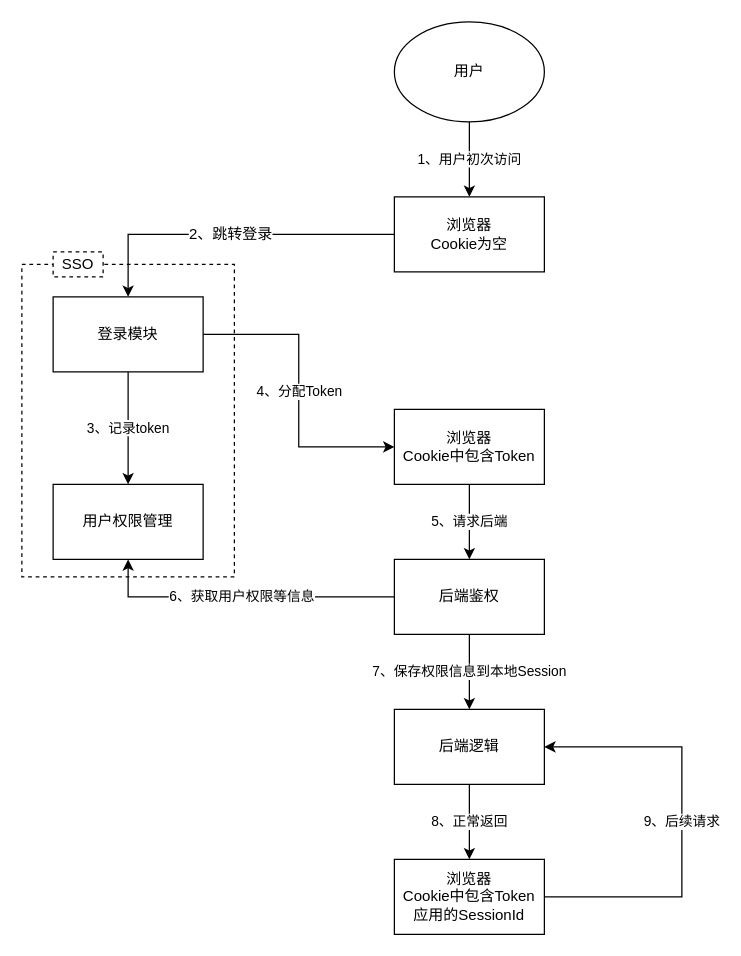
The draw.io diagram page "用户" (1 of 2) of Untitled Diagram.drawio in qsm365/my-diagrams, before the edit. Source tidied: cells renumbered, new cells numbered last; positions are measured from the earlier drawing's top-left corner, leaving out a move shared by most shapes. Both pictures are drawn from the tidied source at 125%, with x=0, y=0 at pixel (21, 21).
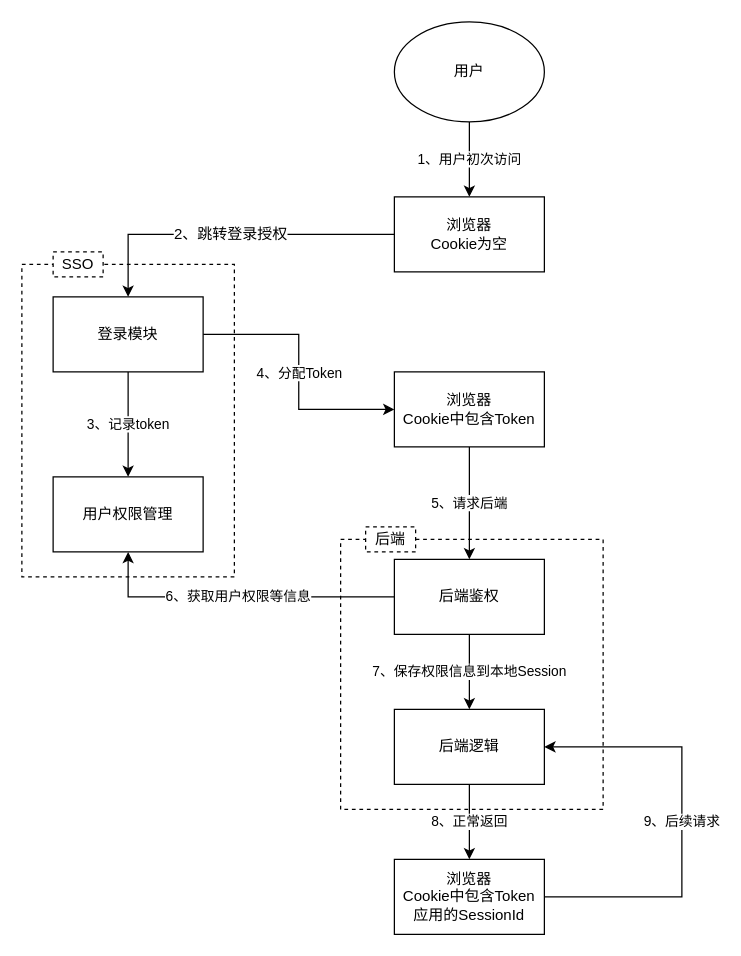
The same page after the edit.

Unchanged cells that the change refers to:
```xml
<mxCell id="9" style="edgeStyle=orthogonalEdgeStyle;rounded=0;jettySize=auto;html=1;" parent="1" edge="1" source="11" target="5">
  <mxGeometry relative="1" as="geometry" />
</mxCell>
```

What changed in the source:
```diff
@@
+    <mxCell id="22" style="rounded=0;whiteSpace=wrap;html=1;gradientColor=none;fillColor=none;dashed=1;" parent="1" vertex="1">
+      <mxGeometry x="255" y="414" width="210" height="216" as="geometry" />
+    </mxCell>
@@
     <mxCell id="6" value="用户权限管理" style="rounded=0;whiteSpace=wrap;html=1;" parent="1" vertex="1">
-      <mxGeometry x="25" y="370" width="120" height="60" as="geometry" />
+      <mxGeometry x="25" y="364" width="120" height="60" as="geometry" />
     </mxCell>
@@
-    <mxCell id="10" value="2、跳转登录" style="text;html=1;align=center;verticalAlign=middle;labelBackgroundColor=#ffffff;" parent="9" vertex="1">
+    <mxCell id="10" value="2、跳转登录授权" style="text;html=1;align=center;verticalAlign=middle;labelBackgroundColor=#ffffff;" parent="9" vertex="1">
       <mxGeometry y="-1" relative="1" as="geometry" />
     </mxCell>
@@
     <mxCell id="13" value="浏览器&lt;br&gt;Cookie中包含Token&lt;br&gt;" style="rounded=0;whiteSpace=wrap;html=1;" parent="1" vertex="1">
-      <mxGeometry x="298" y="310" width="120" height="60" as="geometry" />
+      <mxGeometry x="298" y="280" width="120" height="60" as="geometry" />
     </mxCell>
@@
+    <mxCell id="23" value="后端" style="text;html=1;strokeColor=#000000;fillColor=#ffffff;align=center;verticalAlign=middle;whiteSpace=wrap;rounded=0;dashed=1;" parent="1" vertex="1">
+      <mxGeometry x="275" y="404" width="40" height="20" as="geometry" />
+    </mxCell>
```
